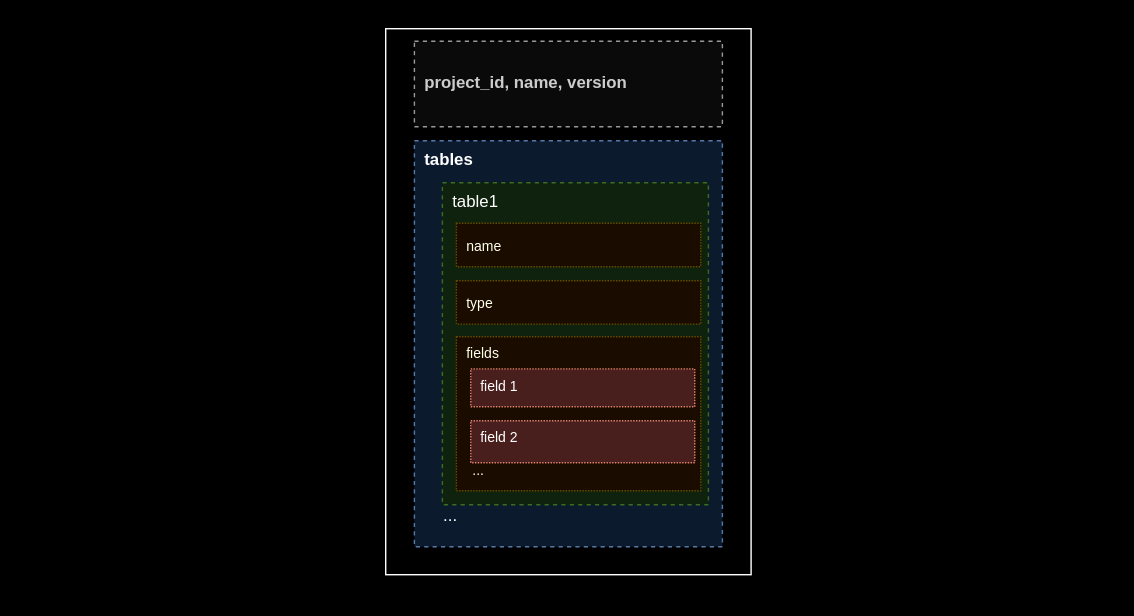
Earlier version of the draw.io export images/SchemaTables.svg (basicdb/basic-docs). Source tidied: cells renumbered, new cells last; positions are measured from the earlier drawing's top-left corner, leaving out a move shared by most shapes. Its diagram source:
```xml
<mxGraphModel>
  <root>
    <mxCell id="0" />
    <mxCell id="1" parent="0" />
    <mxCell id="2" style="rounded=0;whiteSpace=wrap;html=1;hachureGap=4;fontFamily=Architects Daughter;fontSource=https%3A%2F%2Ffonts.googleapis.com%2Fcss%3Ffamily%3DArchitects%2BDaughter;strokeColor=none;" parent="1" vertex="1">
      <mxGeometry width="810" height="440" as="geometry" />
    </mxCell>
    <mxCell id="3" style="whiteSpace=wrap;html=1;" parent="1" vertex="1">
      <mxGeometry x="275" y="20" width="261" height="390" as="geometry" />
    </mxCell>
    <mxCell id="4" value="project_id, name, version" style="whiteSpace=wrap;html=1;fillColor=#f5f5f5;dashed=1;align=left;fontStyle=1;spacingLeft=5;fontColor=#333333;strokeColor=#666666;" parent="1" vertex="1">
      <mxGeometry x="295.5" y="29" width="220" height="61" as="geometry" />
    </mxCell>
    <mxCell id="5" value="tables" style="whiteSpace=wrap;html=1;fillColor=#dae8fc;dashed=1;align=left;fontStyle=1;spacingLeft=5;verticalAlign=top;strokeColor=#6c8ebf;" parent="1" vertex="1">
      <mxGeometry x="295.5" y="100" width="220" height="290" as="geometry" />
    </mxCell>
    <mxCell id="6" value="table1" style="whiteSpace=wrap;html=1;fillColor=#d5e8d4;dashed=1;align=left;fontStyle=0;spacingLeft=5;verticalAlign=top;strokeColor=#82b366;" parent="1" vertex="1">
      <mxGeometry x="315.5" y="130" width="190" height="230" as="geometry" />
    </mxCell>
    <mxCell id="7" value="..." style="text;html=1;align=center;verticalAlign=middle;strokeColor=none;fillColor=none;" parent="1" vertex="1">
      <mxGeometry x="305.8" y="353" width="30" height="30" as="geometry" />
    </mxCell>
    <mxCell id="8" value="name" style="whiteSpace=wrap;html=1;fillColor=#fff2cc;dashed=1;align=left;fontStyle=0;spacingLeft=5;verticalAlign=middle;fontSize=10;dashPattern=1 1;strokeColor=#d6b656;" parent="1" vertex="1">
      <mxGeometry x="325.5" y="159" width="174.5" height="31" as="geometry" />
    </mxCell>
    <mxCell id="9" value="type" style="whiteSpace=wrap;html=1;fillColor=#fff2cc;dashed=1;align=left;fontStyle=0;spacingLeft=5;verticalAlign=middle;fontSize=10;dashPattern=1 1;strokeColor=#d6b656;" parent="1" vertex="1">
      <mxGeometry x="325.5" y="200" width="174.5" height="31" as="geometry" />
    </mxCell>
    <mxCell id="10" value="fields" style="whiteSpace=wrap;html=1;fillColor=#fff2cc;dashed=1;align=left;fontStyle=0;spacingLeft=5;verticalAlign=top;fontSize=10;dashPattern=1 1;strokeColor=#d6b656;" parent="1" vertex="1">
      <mxGeometry x="325.5" y="240" width="174.5" height="110" as="geometry" />
    </mxCell>
    <mxCell id="11" value="field 1" style="whiteSpace=wrap;html=1;fillColor=#f8cecc;dashed=1;align=left;fontStyle=0;spacingLeft=5;verticalAlign=top;fontSize=10;dashPattern=1 1;strokeColor=#b85450;" parent="1" vertex="1">
      <mxGeometry x="335.8" y="263" width="160" height="27" as="geometry" />
    </mxCell>
    <mxCell id="12" value="field 2" style="whiteSpace=wrap;html=1;fillColor=#f8cecc;dashed=1;align=left;fontStyle=0;spacingLeft=5;verticalAlign=top;fontSize=10;dashPattern=1 1;strokeColor=#b85450;" parent="1" vertex="1">
      <mxGeometry x="335.8" y="300" width="160" height="30" as="geometry" />
    </mxCell>
    <mxCell id="13" value="&lt;font style=&quot;font-size: 10px;&quot;&gt;...&lt;/font&gt;" style="text;html=1;align=center;verticalAlign=middle;strokeColor=none;fillColor=none;" parent="1" vertex="1">
      <mxGeometry x="325.5" y="320" width="30" height="30" as="geometry" />
    </mxCell>
  </root>
</mxGraphModel>
```
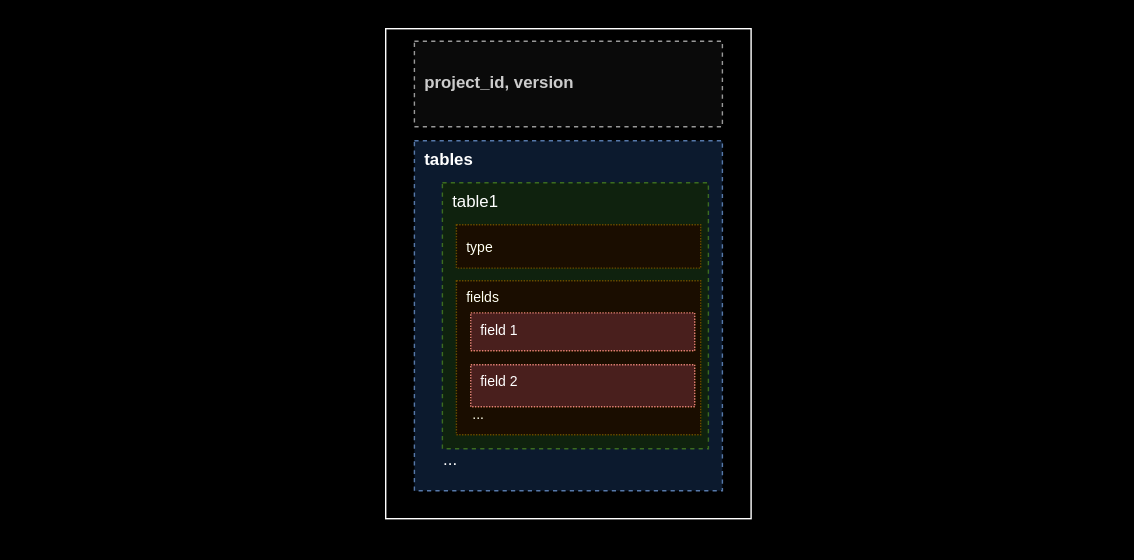
Above is the later version.

Commit message:
Removed "name" from tables and "namespace" from overview

Diff of the diagram source:
```diff
@@ -3,26 +3,23 @@
     <mxCell id="0" />
     <mxCell id="1" parent="0" />
     <mxCell id="2" style="rounded=0;whiteSpace=wrap;html=1;hachureGap=4;fontFamily=Architects Daughter;fontSource=https%3A%2F%2Ffonts.googleapis.com%2Fcss%3Ffamily%3DArchitects%2BDaughter;strokeColor=none;" parent="1" vertex="1">
-      <mxGeometry width="810" height="440" as="geometry" />
+      <mxGeometry y="40" width="810" height="400" as="geometry" />
     </mxCell>
     <mxCell id="3" style="whiteSpace=wrap;html=1;" parent="1" vertex="1">
-      <mxGeometry x="275" y="20" width="261" height="390" as="geometry" />
+      <mxGeometry x="275" y="60" width="261" height="350" as="geometry" />
     </mxCell>
-    <mxCell id="4" value="project_id, name, version" style="whiteSpace=wrap;html=1;fillColor=#f5f5f5;dashed=1;align=left;fontStyle=1;spacingLeft=5;fontColor=#333333;strokeColor=#666666;" parent="1" vertex="1">
-      <mxGeometry x="295.5" y="29" width="220" height="61" as="geometry" />
+    <mxCell id="4" value="project_id, version" style="whiteSpace=wrap;html=1;fillColor=#f5f5f5;dashed=1;align=left;fontStyle=1;spacingLeft=5;fontColor=#333333;strokeColor=#666666;" parent="1" vertex="1">
+      <mxGeometry x="295.5" y="69" width="220" height="61" as="geometry" />
     </mxCell>
     <mxCell id="5" value="tables" style="whiteSpace=wrap;html=1;fillColor=#dae8fc;dashed=1;align=left;fontStyle=1;spacingLeft=5;verticalAlign=top;strokeColor=#6c8ebf;" parent="1" vertex="1">
-      <mxGeometry x="295.5" y="100" width="220" height="290" as="geometry" />
+      <mxGeometry x="295.5" y="140" width="220" height="250" as="geometry" />
     </mxCell>
     <mxCell id="6" value="table1" style="whiteSpace=wrap;html=1;fillColor=#d5e8d4;dashed=1;align=left;fontStyle=0;spacingLeft=5;verticalAlign=top;strokeColor=#82b366;" parent="1" vertex="1">
-      <mxGeometry x="315.5" y="130" width="190" height="230" as="geometry" />
+      <mxGeometry x="315.5" y="170" width="190" height="190" as="geometry" />
     </mxCell>
     <mxCell id="7" value="..." style="text;html=1;align=center;verticalAlign=middle;strokeColor=none;fillColor=none;" parent="1" vertex="1">
       <mxGeometry x="305.8" y="353" width="30" height="30" as="geometry" />
     </mxCell>
-    <mxCell id="8" value="name" style="whiteSpace=wrap;html=1;fillColor=#fff2cc;dashed=1;align=left;fontStyle=0;spacingLeft=5;verticalAlign=middle;fontSize=10;dashPattern=1 1;strokeColor=#d6b656;" parent="1" vertex="1">
-      <mxGeometry x="325.5" y="159" width="174.5" height="31" as="geometry" />
-    </mxCell>
     <mxCell id="9" value="type" style="whiteSpace=wrap;html=1;fillColor=#fff2cc;dashed=1;align=left;fontStyle=0;spacingLeft=5;verticalAlign=middle;fontSize=10;dashPattern=1 1;strokeColor=#d6b656;" parent="1" vertex="1">
       <mxGeometry x="325.5" y="200" width="174.5" height="31" as="geometry" />
     </mxCell>
```
